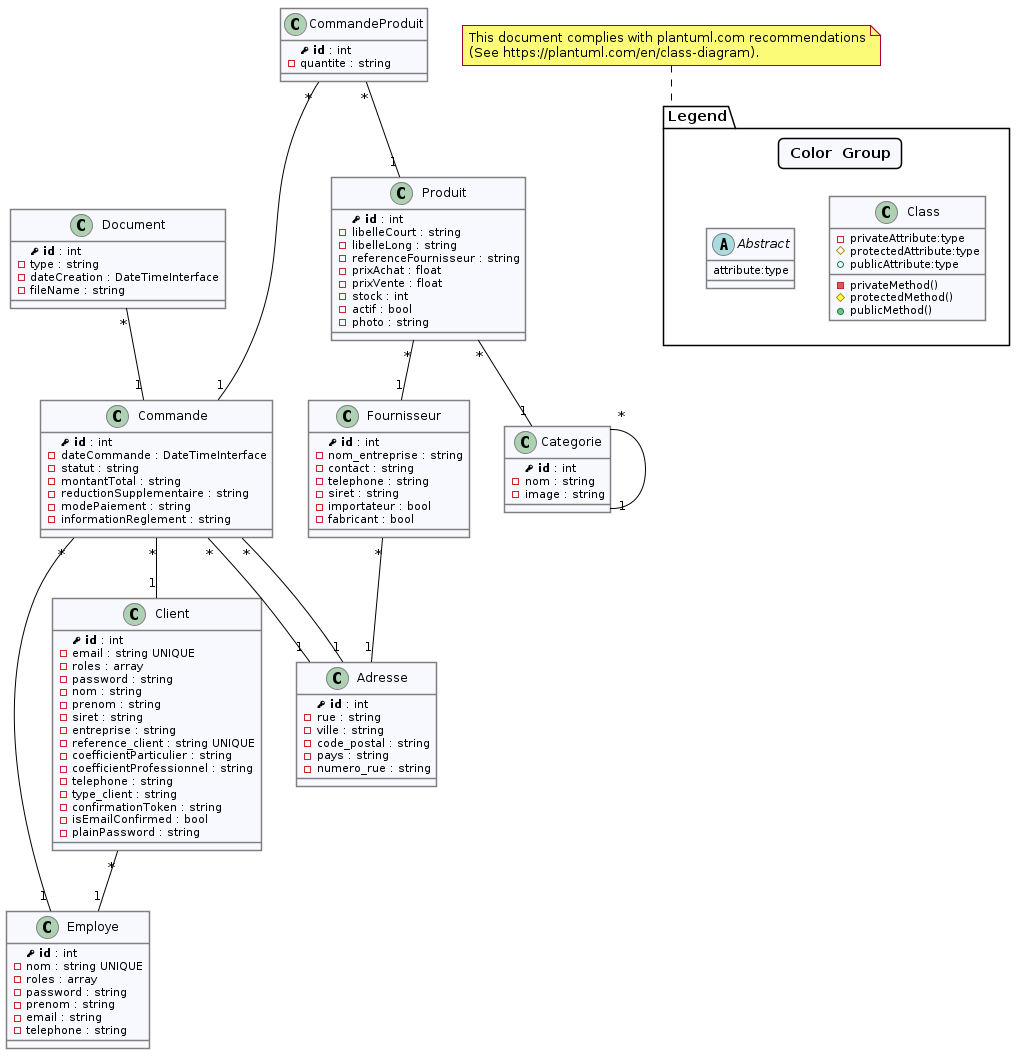
Earlier version of the PlantUML export classes.png (clemence95/villagegreen). Its source is kept beside it as classes.puml.
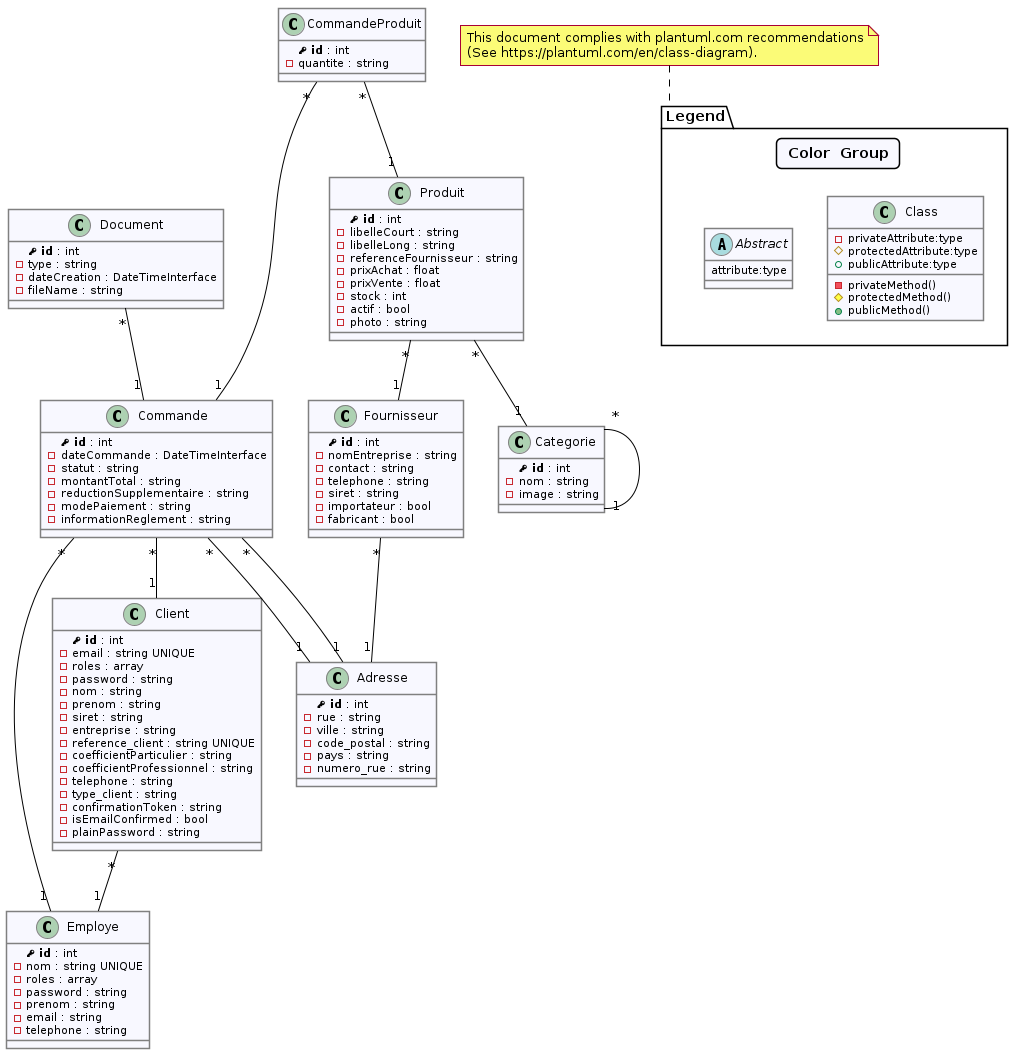
The same file after the commit.

What changed in the source:
```diff
@@ -40,7 +40,7 @@
 
 class Fournisseur {
   primary_key( id ) : int
-  -nom_entreprise : string
+  -nomEntreprise : string
   -contact : string
   -telephone : string
   -siret : string
```
